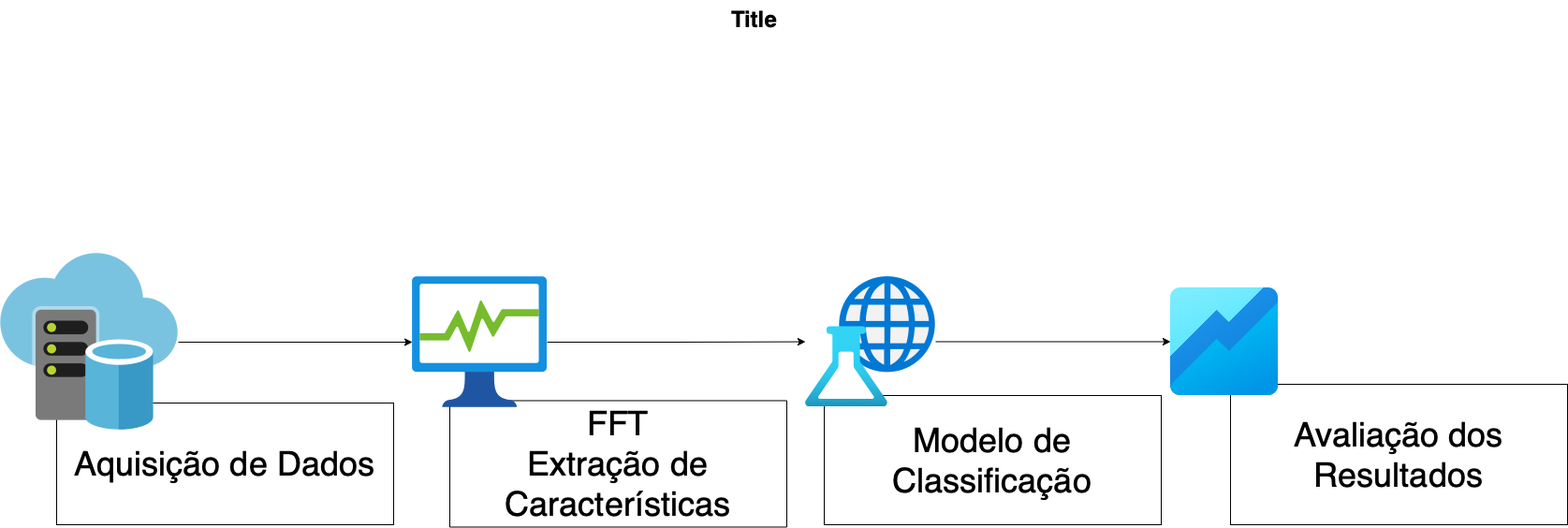
fefilizzola/HIML_TrabalhoFinal keeps this draw.io diagram as Pipeline.drawio.png. Above is the earlier version. Source tidied: cells renumbered, new cells last; positions are measured from the earlier drawing's top-left corner, leaving out a move shared by most shapes. The source it was exported from:
```xml
<mxGraphModel>
  <root>
    <mxCell id="0" style="html=1;" />
    <mxCell id="1" style="html=1;" parent="0" />
    <mxCell id="2" value="Title" style="text;strokeColor=none;fillColor=none;html=1;fontSize=24;fontStyle=1;verticalAlign=middle;align=center;" parent="1" vertex="1">
      <mxGeometry x="10" width="1590" height="40" as="geometry" />
    </mxCell>
    <mxCell id="3" value="&lt;font style=&quot;font-size: 36px;&quot;&gt;Aquisição de Dados&lt;/font&gt;" style="rounded=0;whiteSpace=wrap;html=1;" parent="1" vertex="1">
      <mxGeometry x="60" y="430" width="360" height="130" as="geometry" />
    </mxCell>
    <mxCell id="4" style="edgeStyle=orthogonalEdgeStyle;rounded=0;jettySize=auto;html=1;fontSize=36;" parent="1" edge="1" source="5" target="8">
      <mxGeometry relative="1" as="geometry" />
    </mxCell>
    <mxCell id="5" style="sketch=0;html=1;points=[];align=center;image;fontSize=12;image=img/lib/mscae/Virtual_Datacenter.svg;" parent="1" vertex="1">
      <mxGeometry y="270" width="190" height="190" as="geometry" />
    </mxCell>
    <mxCell id="6" value="&lt;font style=&quot;font-size: 36px;&quot;&gt;FFT&lt;br&gt;Extração de Características&lt;br&gt;&lt;/font&gt;" style="rounded=0;whiteSpace=wrap;html=1;" parent="1" vertex="1">
      <mxGeometry x="480" y="427.5" width="360" height="135" as="geometry" />
    </mxCell>
    <mxCell id="7" style="edgeStyle=orthogonalEdgeStyle;rounded=0;jettySize=auto;html=1;fontSize=36;" parent="1" edge="1" source="8" target="11">
      <mxGeometry relative="1" as="geometry" />
    </mxCell>
    <mxCell id="8" style="html=1;points=[];align=center;image;fontSize=12;image=img/lib/azure2/general/Process_Explorer.svg;" parent="1" vertex="1">
      <mxGeometry x="440" y="295" width="144.1" height="140" as="geometry" />
    </mxCell>
    <mxCell id="9" value="&lt;font style=&quot;font-size: 36px;&quot;&gt;Modelo de Classificação&lt;br&gt;&lt;/font&gt;" style="rounded=0;whiteSpace=wrap;html=1;" parent="1" vertex="1">
      <mxGeometry x="880" y="422" width="360" height="138" as="geometry" />
    </mxCell>
    <mxCell id="10" style="edgeStyle=orthogonalEdgeStyle;rounded=0;jettySize=auto;html=1;fontSize=36;" parent="1" edge="1" source="11" target="13">
      <mxGeometry relative="1" as="geometry" />
    </mxCell>
    <mxCell id="11" style="html=1;points=[];align=center;image;fontSize=12;image=img/lib/azure2/ai_machine_learning/Machine_Learning_Studio_Classic_Web_Services.svg;" parent="1" vertex="1">
      <mxGeometry x="860" y="295" width="139" height="139" as="geometry" />
    </mxCell>
    <mxCell id="12" value="&lt;font style=&quot;font-size: 36px;&quot;&gt;Avaliação dos Resultados&lt;br&gt;&lt;/font&gt;" style="rounded=0;whiteSpace=wrap;html=1;" parent="1" vertex="1">
      <mxGeometry x="1314" y="410" width="360" height="150" as="geometry" />
    </mxCell>
    <mxCell id="13" style="html=1;points=[];align=center;image;fontSize=12;image=img/lib/azure2/preview/Azure_Workbooks.svg;" parent="1" vertex="1">
      <mxGeometry x="1250" y="307" width="115" height="115" as="geometry" />
    </mxCell>
  </root>
</mxGraphModel>
```
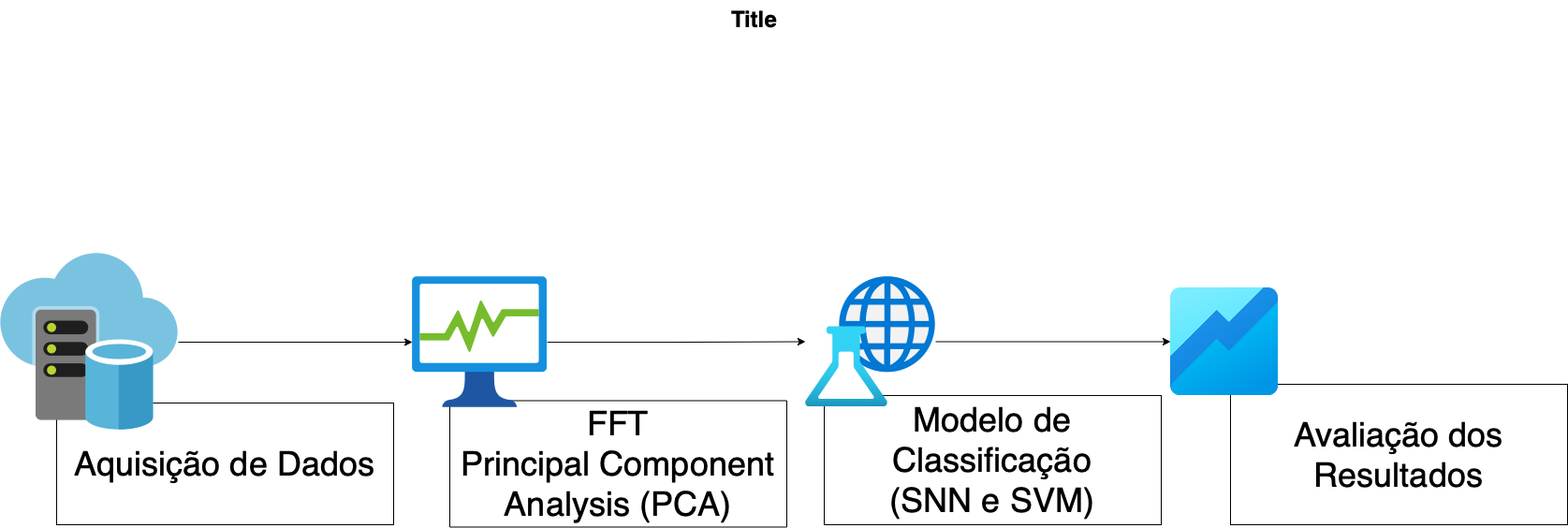
Later version of the same file.

Diff of the diagram source:
```diff
@@ -14,7 +14,7 @@
     <mxCell id="5" style="sketch=0;html=1;points=[];align=center;image;fontSize=12;image=img/lib/mscae/Virtual_Datacenter.svg;" parent="1" vertex="1">
       <mxGeometry y="270" width="190" height="190" as="geometry" />
     </mxCell>
-    <mxCell id="6" value="&lt;font style=&quot;font-size: 36px;&quot;&gt;FFT&lt;br&gt;Extração de Características&lt;br&gt;&lt;/font&gt;" style="rounded=0;whiteSpace=wrap;html=1;" parent="1" vertex="1">
+    <mxCell id="6" value="&lt;font style=&quot;font-size: 36px;&quot;&gt;FFT&lt;br&gt;Principal Component Analysis (PCA)&lt;br&gt;&lt;/font&gt;" style="rounded=0;whiteSpace=wrap;html=1;" parent="1" vertex="1">
       <mxGeometry x="480" y="427.5" width="360" height="135" as="geometry" />
     </mxCell>
     <mxCell id="7" style="edgeStyle=orthogonalEdgeStyle;rounded=0;jettySize=auto;html=1;fontSize=36;" parent="1" edge="1" source="8" target="11">
@@ -23,7 +23,7 @@
     <mxCell id="8" style="html=1;points=[];align=center;image;fontSize=12;image=img/lib/azure2/general/Process_Explorer.svg;" parent="1" vertex="1">
       <mxGeometry x="440" y="295" width="144.1" height="140" as="geometry" />
     </mxCell>
-    <mxCell id="9" value="&lt;font style=&quot;font-size: 36px;&quot;&gt;Modelo de Classificação&lt;br&gt;&lt;/font&gt;" style="rounded=0;whiteSpace=wrap;html=1;" parent="1" vertex="1">
+    <mxCell id="9" value="&lt;font style=&quot;font-size: 36px;&quot;&gt;Modelo de Classificação&lt;br&gt;(SNN e SVM)&lt;br&gt;&lt;/font&gt;" style="rounded=0;whiteSpace=wrap;html=1;" parent="1" vertex="1">
       <mxGeometry x="880" y="422" width="360" height="138" as="geometry" />
     </mxCell>
     <mxCell id="10" style="edgeStyle=orthogonalEdgeStyle;rounded=0;jettySize=auto;html=1;fontSize=36;" parent="1" edge="1" source="11" target="13">
```
